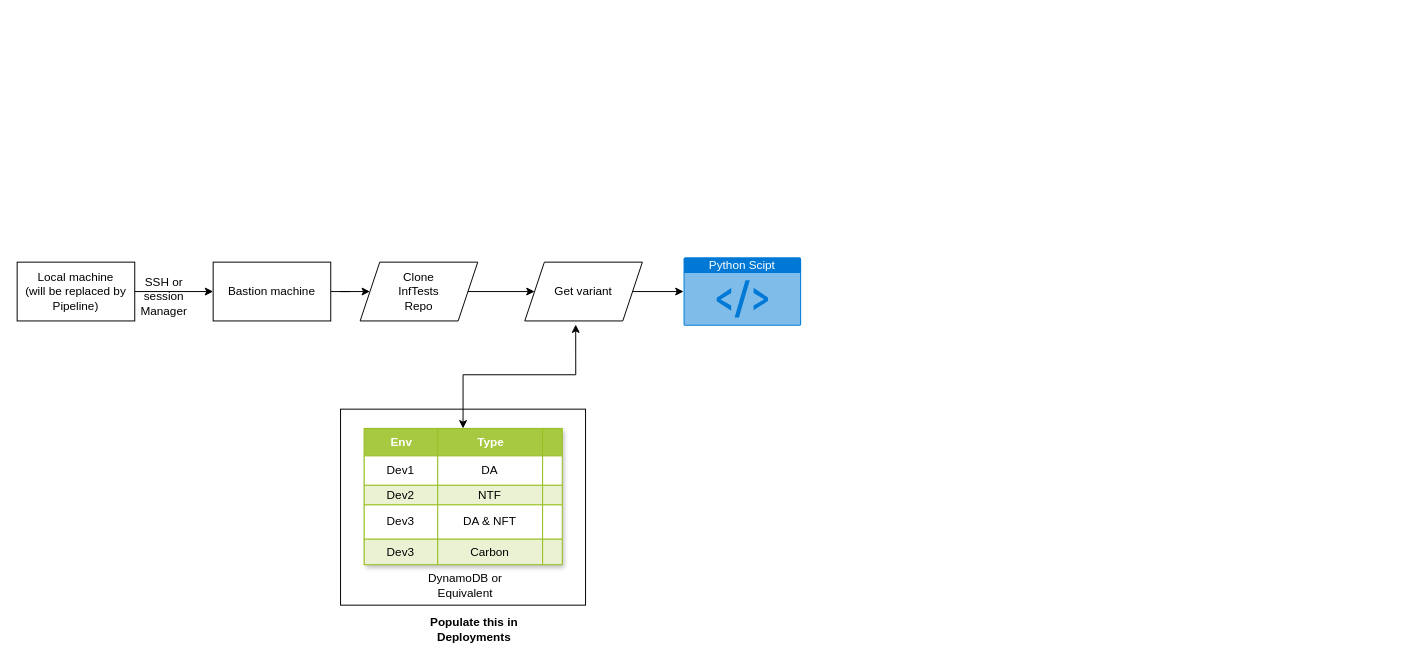
NuwanUdara/my-diagrams keeps this draw.io diagram as archi.drawio. Above is the earlier version. Source tidied: cells renumbered, new cells numbered last; positions are measured from the earlier drawing's top-left corner, leaving out a move shared by most shapes. Both pictures are drawn from the tidied source at 98%, with x=0, y=0 at pixel (17, 257).
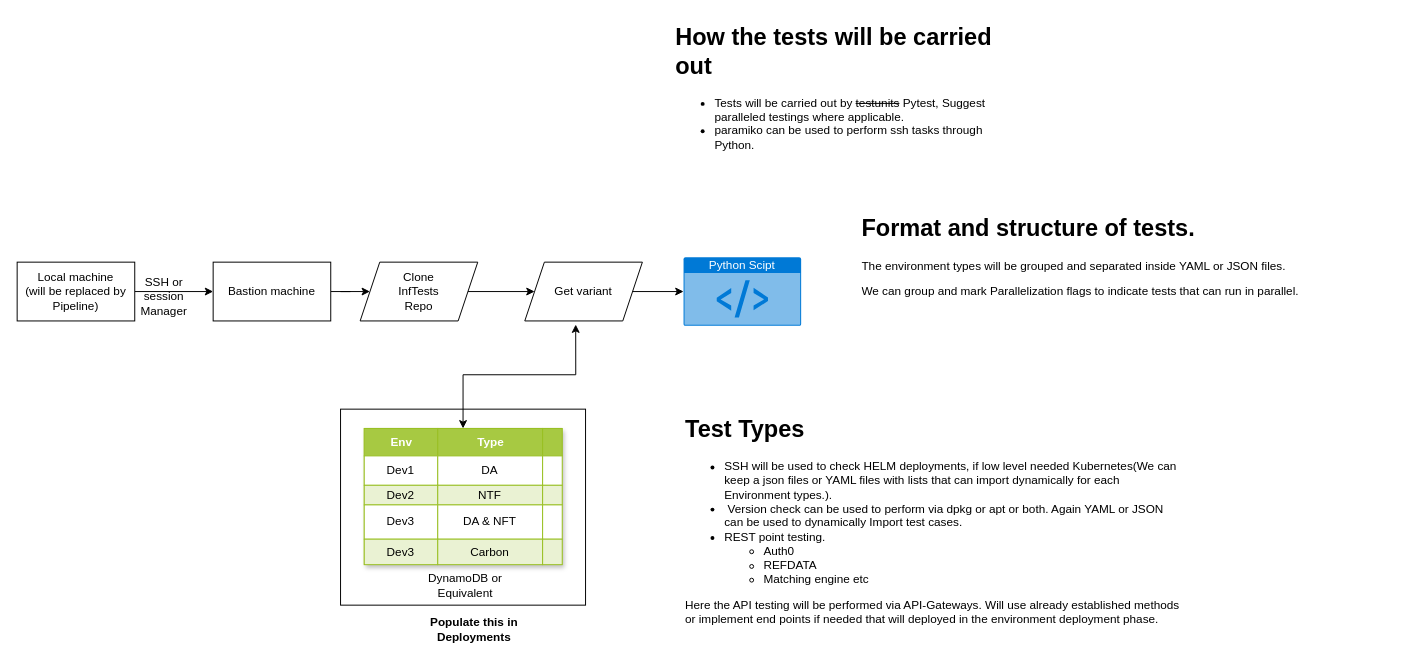
Above is the later version.

Diff of the diagram source:
```diff
@@
+    <mxCell id="38" value="&lt;h1 style=&quot;margin-top: 0px;&quot;&gt;How the tests will be carried out&lt;br&gt;&lt;/h1&gt;&lt;ul&gt;&lt;li&gt;Tests will be carried out by &lt;strike&gt;testunits&lt;/strike&gt; Pytest, Suggest paralleled testings where applicable.&lt;br&gt;&lt;/li&gt;&lt;li&gt;paramiko can be used to perform ssh tasks through Python.&lt;br&gt;&lt;/li&gt;&lt;/ul&gt;" style="text;html=1;whiteSpace=wrap;overflow=hidden;rounded=0;" parent="1" vertex="1">
+      <mxGeometry x="670" y="-245" width="340" height="190" as="geometry" />
+    </mxCell>
+    <mxCell id="39" value="&lt;h1 style=&quot;margin-top: 0px;&quot;&gt;Test Types&lt;br&gt;&lt;/h1&gt;&lt;ul&gt;&lt;li&gt;SSH will be used to check HELM deployments, if low level needed Kubernetes(We can keep a json files or YAML files with lists that can import dynamically for each Environment types.).&lt;/li&gt;&lt;li&gt;&amp;nbsp;Version check can be used to perform via dpkg or apt or both. Again YAML or JSON can be used to dynamically Import test cases.&lt;/li&gt;&lt;li&gt;REST point testing.&lt;/li&gt;&lt;ul&gt;&lt;li&gt;Auth0&lt;br&gt;&lt;/li&gt;&lt;li&gt;REFDATA&lt;/li&gt;&lt;li&gt;Matching engine etc&lt;/li&gt;&lt;/ul&gt;&lt;/ul&gt;&lt;div&gt;Here the API testing will be performed via API-Gateways. Will use already established methods or implement end points if needed that will deployed in the environment deployment phase. &lt;br&gt;&lt;/div&gt;&lt;div&gt;&lt;br&gt;&lt;/div&gt;" style="text;html=1;whiteSpace=wrap;overflow=hidden;rounded=0;" parent="1" vertex="1">
+      <mxGeometry x="680" y="155" width="510" height="240" as="geometry" />
+    </mxCell>
+    <mxCell id="40" value="&lt;h1 style=&quot;margin-top: 0px;&quot;&gt;Format and structure of tests.&lt;br&gt;&lt;/h1&gt;&lt;p&gt;The environment types will be grouped and separated inside YAML or JSON files.&lt;/p&gt;&lt;p&gt;We can group and mark Parallelization flags to indicate tests that can run in parallel. &amp;nbsp; &lt;br&gt;&lt;/p&gt;" style="text;html=1;whiteSpace=wrap;overflow=hidden;rounded=0;" parent="1" vertex="1">
+      <mxGeometry x="860" y="-50" width="550" height="180" as="geometry" />
+    </mxCell>
```
